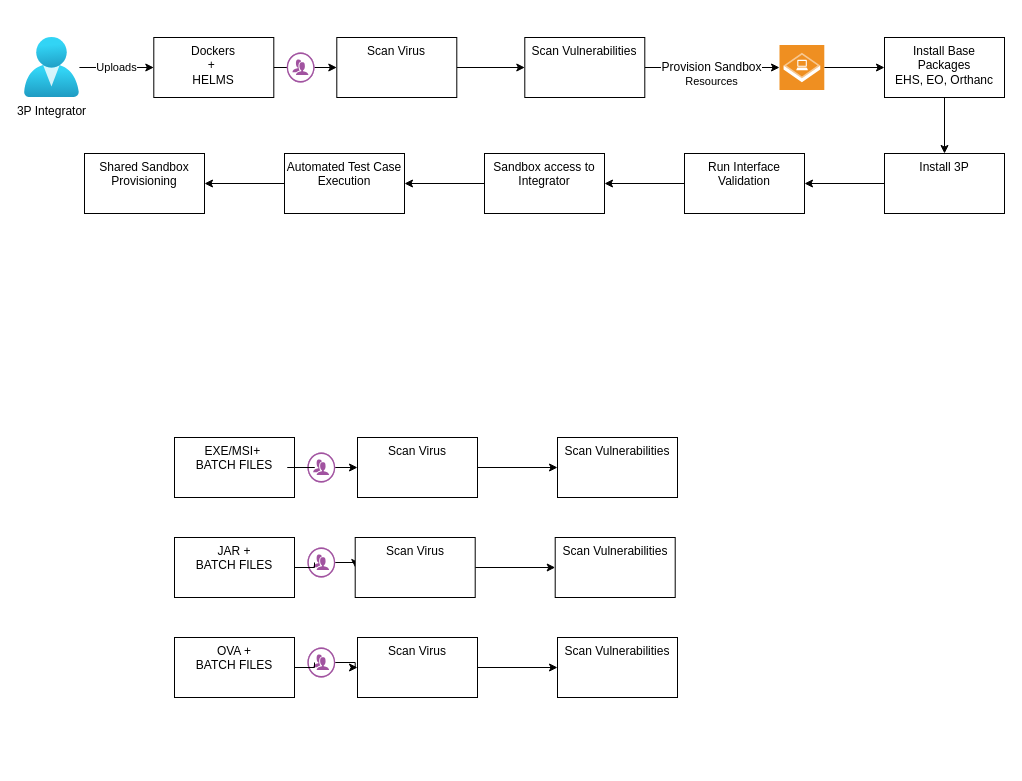
The draw.io diagram Onboarding_Portal.drawio in rahoolp/gediagrams, before the edit. Source tidied: cells renumbered, new cells numbered last; positions are measured from the earlier drawing's top-left corner, leaving out a move shared by most shapes. Both pictures are drawn from the tidied source at 100%, with x=0, y=0 at pixel (24, 37).
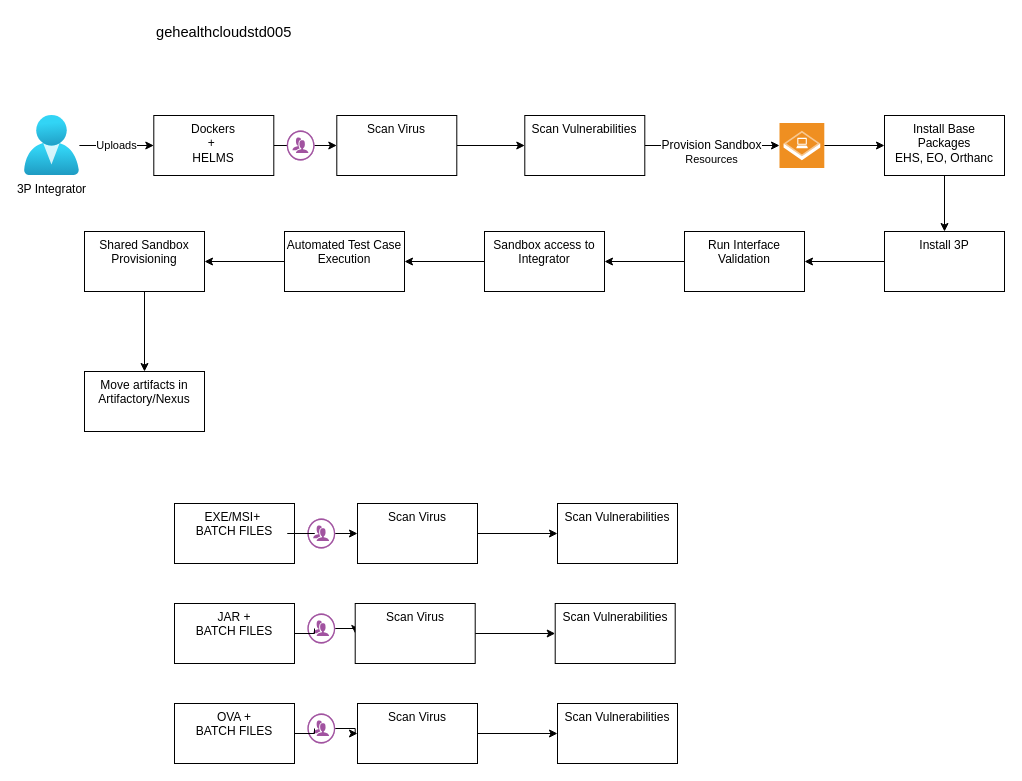
The same page after the edit.

Diff of the diagram source:
```diff
@@
     <mxCell id="3" value="3P Integrator" style="html=1;points=[];align=center;image;fontSize=12;image=img/lib/azure2/identity/Users.svg;" parent="1" vertex="1">
-      <mxGeometry width="54.9" height="60" as="geometry" />
+      <mxGeometry y="78" width="54.9" height="60" as="geometry" />
     </mxCell>
@@
     <mxCell id="5" value="Dockers&lt;br&gt;+&amp;nbsp;&lt;br&gt;HELMS" style="whiteSpace=wrap;html=1;verticalAlign=top;labelBackgroundColor=default;" parent="1" vertex="1">
-      <mxGeometry x="129.3" width="120" height="60" as="geometry" />
+      <mxGeometry x="129.3" y="78" width="120" height="60" as="geometry" />
     </mxCell>
@@
     <mxCell id="7" value="Scan Virus" style="whiteSpace=wrap;html=1;verticalAlign=top;labelBackgroundColor=default;" parent="1" vertex="1">
-      <mxGeometry x="312.3" width="120" height="60" as="geometry" />
+      <mxGeometry x="312.3" y="78" width="120" height="60" as="geometry" />
     </mxCell>
@@
     <mxCell id="9" value="EXE/MSI+&amp;nbsp;&lt;br&gt;BATCH FILES" style="whiteSpace=wrap;html=1;verticalAlign=top;labelBackgroundColor=default;" parent="1" vertex="1">
-      <mxGeometry x="150" y="400" width="120" height="60" as="geometry" />
+      <mxGeometry x="150" y="466" width="120" height="60" as="geometry" />
     </mxCell>
@@
     <mxCell id="11" value="JAR + &lt;br&gt;BATCH FILES" style="whiteSpace=wrap;html=1;verticalAlign=top;labelBackgroundColor=default;" parent="1" vertex="1">
-      <mxGeometry x="150" y="500" width="120" height="60" as="geometry" />
+      <mxGeometry x="150" y="566" width="120" height="60" as="geometry" />
     </mxCell>
@@
     <mxCell id="13" value="OVA + &lt;br&gt;BATCH FILES" style="whiteSpace=wrap;html=1;verticalAlign=top;labelBackgroundColor=default;" parent="1" vertex="1">
-      <mxGeometry x="150" y="600" width="120" height="60" as="geometry" />
+      <mxGeometry x="150" y="666" width="120" height="60" as="geometry" />
     </mxCell>
@@
     <mxCell id="15" value="Scan Vulnerabilities" style="whiteSpace=wrap;html=1;verticalAlign=top;labelBackgroundColor=default;" parent="1" vertex="1">
-      <mxGeometry x="500.3" width="120" height="60" as="geometry" />
+      <mxGeometry x="500.3" y="78" width="120" height="60" as="geometry" />
     </mxCell>
@@
     <mxCell id="17" value="Scan Virus" style="whiteSpace=wrap;html=1;verticalAlign=top;labelBackgroundColor=default;" parent="1" vertex="1">
-      <mxGeometry x="333" y="400" width="120" height="60" as="geometry" />
+      <mxGeometry x="333" y="466" width="120" height="60" as="geometry" />
     </mxCell>
     <mxCell id="18" value="Scan Vulnerabilities" style="whiteSpace=wrap;html=1;verticalAlign=top;labelBackgroundColor=default;" parent="1" vertex="1">
-      <mxGeometry x="533" y="400" width="120" height="60" as="geometry" />
+      <mxGeometry x="533" y="466" width="120" height="60" as="geometry" />
     </mxCell>
     <mxCell id="19" style="verticalLabelPosition=bottom;sketch=0;html=1;fillColor=#A153A0;strokeColor=#ffffff;verticalAlign=top;align=center;shape=mxgraph.cisco_safe.compositeIcon;bgIcon=ellipse;resIcon=mxgraph.cisco_safe.design.users;" parent="1" vertex="1">
-      <mxGeometry x="262.3" y="15" width="27.7" height="30" as="geometry" />
+      <mxGeometry x="262.3" y="93" width="27.7" height="30" as="geometry" />
     </mxCell>
     <mxCell id="20" style="verticalLabelPosition=bottom;sketch=0;html=1;fillColor=#A153A0;strokeColor=#ffffff;verticalAlign=top;align=center;points=[[0,0.5,0],[0.125,0.25,0],[0.25,0,0],[0.5,0,0],[0.75,0,0],[0.875,0.25,0],[1,0.5,0],[0.875,0.75,0],[0.75,1,0],[0.5,1,0],[0.125,0.75,0]];shape=mxgraph.cisco_safe.compositeIcon;bgIcon=ellipse;resIcon=mxgraph.cisco_safe.design.users;" parent="1" vertex="1">
-      <mxGeometry x="283" y="415" width="27.7" height="30" as="geometry" />
+      <mxGeometry x="283" y="481" width="27.7" height="30" as="geometry" />
     </mxCell>
@@
     <mxCell id="23" value="&lt;span style=&quot;&quot;&gt;Scan Virus&lt;/span&gt;" style="whiteSpace=wrap;html=1;verticalAlign=top;labelBackgroundColor=default;" parent="1" vertex="1">
-      <mxGeometry x="330.7" y="500" width="120" height="60" as="geometry" />
+      <mxGeometry x="330.7" y="566" width="120" height="60" as="geometry" />
     </mxCell>
@@
     <mxCell id="25" value="Scan Virus" style="whiteSpace=wrap;html=1;verticalAlign=top;labelBackgroundColor=default;" parent="1" vertex="1">
-      <mxGeometry x="333" y="600" width="120" height="60" as="geometry" />
+      <mxGeometry x="333" y="666" width="120" height="60" as="geometry" />
     </mxCell>
     <mxCell id="26" value="Scan Vulnerabilities" style="whiteSpace=wrap;html=1;verticalAlign=top;labelBackgroundColor=default;" parent="1" vertex="1">
-      <mxGeometry x="530.7" y="500" width="120" height="60" as="geometry" />
+      <mxGeometry x="530.7" y="566" width="120" height="60" as="geometry" />
     </mxCell>
     <mxCell id="27" value="Scan Vulnerabilities" style="whiteSpace=wrap;html=1;verticalAlign=top;labelBackgroundColor=default;" parent="1" vertex="1">
-      <mxGeometry x="533" y="600" width="120" height="60" as="geometry" />
+      <mxGeometry x="533" y="666" width="120" height="60" as="geometry" />
     </mxCell>
@@
     <mxCell id="29" style="shadow=0;dashed=0;html=1;strokeColor=none;fillColor=#EF8F21;labelPosition=center;verticalLabelPosition=bottom;verticalAlign=top;align=center;outlineConnect=0;shape=mxgraph.veeam.2d.on_demand_sandbox;" parent="1" vertex="1">
-      <mxGeometry x="755" y="7.6" width="44.8" height="44.8" as="geometry" />
+      <mxGeometry x="755" y="85.6" width="44.8" height="44.8" as="geometry" />
     </mxCell>
     <mxCell id="30" style="verticalLabelPosition=bottom;sketch=0;html=1;fillColor=#A153A0;strokeColor=#ffffff;verticalAlign=top;align=center;points=[[0,0.5,0],[0.125,0.25,0],[0.25,0,0],[0.5,0,0],[0.75,0,0],[0.875,0.25,0],[1,0.5,0],[0.875,0.75,0],[0.75,1,0],[0.5,1,0],[0.125,0.75,0]];shape=mxgraph.cisco_safe.compositeIcon;bgIcon=ellipse;resIcon=mxgraph.cisco_safe.design.users;" parent="1" vertex="1">
-      <mxGeometry x="283" y="510" width="27.7" height="30" as="geometry" />
+      <mxGeometry x="283" y="576" width="27.7" height="30" as="geometry" />
     </mxCell>
@@
     <mxCell id="32" style="verticalLabelPosition=bottom;sketch=0;html=1;fillColor=#A153A0;strokeColor=#ffffff;verticalAlign=top;align=center;points=[[0,0.5,0],[0.125,0.25,0],[0.25,0,0],[0.5,0,0],[0.75,0,0],[0.875,0.25,0],[1,0.5,0],[0.875,0.75,0],[0.75,1,0],[0.5,1,0],[0.125,0.75,0]];shape=mxgraph.cisco_safe.compositeIcon;bgIcon=ellipse;resIcon=mxgraph.cisco_safe.design.users;" parent="1" vertex="1">
-      <mxGeometry x="283" y="610" width="27.7" height="30" as="geometry" />
+      <mxGeometry x="283" y="676" width="27.7" height="30" as="geometry" />
     </mxCell>
@@
     <mxCell id="35" value="Install Base Packages&lt;br&gt;EHS, EO, Orthanc" style="whiteSpace=wrap;html=1;verticalAlign=top;labelBackgroundColor=default;" parent="1" vertex="1">
-      <mxGeometry x="860" width="120" height="60" as="geometry" />
+      <mxGeometry x="860" y="78" width="120" height="60" as="geometry" />
     </mxCell>
@@
     <mxCell id="37" value="Install 3P" style="whiteSpace=wrap;html=1;verticalAlign=top;labelBackgroundColor=default;" parent="1" vertex="1">
-      <mxGeometry x="860" y="116" width="120" height="60" as="geometry" />
+      <mxGeometry x="860" y="194" width="120" height="60" as="geometry" />
     </mxCell>
@@
     <mxCell id="39" value="Run Interface Validation" style="whiteSpace=wrap;html=1;verticalAlign=top;labelBackgroundColor=default;" parent="1" vertex="1">
-      <mxGeometry x="660" y="116" width="120" height="60" as="geometry" />
+      <mxGeometry x="660" y="194" width="120" height="60" as="geometry" />
     </mxCell>
@@
     <mxCell id="41" value="Sandbox access to Integrator" style="whiteSpace=wrap;html=1;verticalAlign=top;labelBackgroundColor=default;" parent="1" vertex="1">
-      <mxGeometry x="460" y="116" width="120" height="60" as="geometry" />
+      <mxGeometry x="460" y="194" width="120" height="60" as="geometry" />
     </mxCell>
@@
     <mxCell id="43" value="Automated Test Case Execution" style="whiteSpace=wrap;html=1;verticalAlign=top;labelBackgroundColor=default;" parent="1" vertex="1">
-      <mxGeometry x="260" y="116" width="120" height="60" as="geometry" />
+      <mxGeometry x="260" y="194" width="120" height="60" as="geometry" />
     </mxCell>
+    <mxCell id="45" style="edgeStyle=orthogonalEdgeStyle;rounded=0;jettySize=auto;html=1;" parent="1" edge="1" source="44" target="47">
+      <mxGeometry relative="1" as="geometry" />
+    </mxCell>
     <mxCell id="44" value="Shared Sandbox Provisioning" style="whiteSpace=wrap;html=1;verticalAlign=top;labelBackgroundColor=default;" parent="1" vertex="1">
-      <mxGeometry x="60" y="116" width="120" height="60" as="geometry" />
+      <mxGeometry x="60" y="194" width="120" height="60" as="geometry" />
     </mxCell>
+    <mxCell id="46" value="&lt;span style=&quot;font-size:11.0pt;font-family:&amp;quot;Calibri&amp;quot;,sans-serif;&#10;mso-fareast-font-family:Calibri;mso-fareast-theme-font:minor-latin;mso-ansi-language:&#10;EN-US;mso-fareast-language:EN-US;mso-bidi-language:AR-SA&quot;&gt;gehealthcloudstd005&lt;/span&gt;" style="text;whiteSpace=wrap;html=1;" parent="1" vertex="1">
+      <mxGeometry x="130" y="-20" width="160" height="40" as="geometry" />
+    </mxCell>
+    <mxCell id="47" value="Move artifacts in Artifactory/Nexus" style="whiteSpace=wrap;html=1;verticalAlign=top;labelBackgroundColor=default;" parent="1" vertex="1">
+      <mxGeometry x="60" y="334" width="120" height="60" as="geometry" />
+    </mxCell>
```
